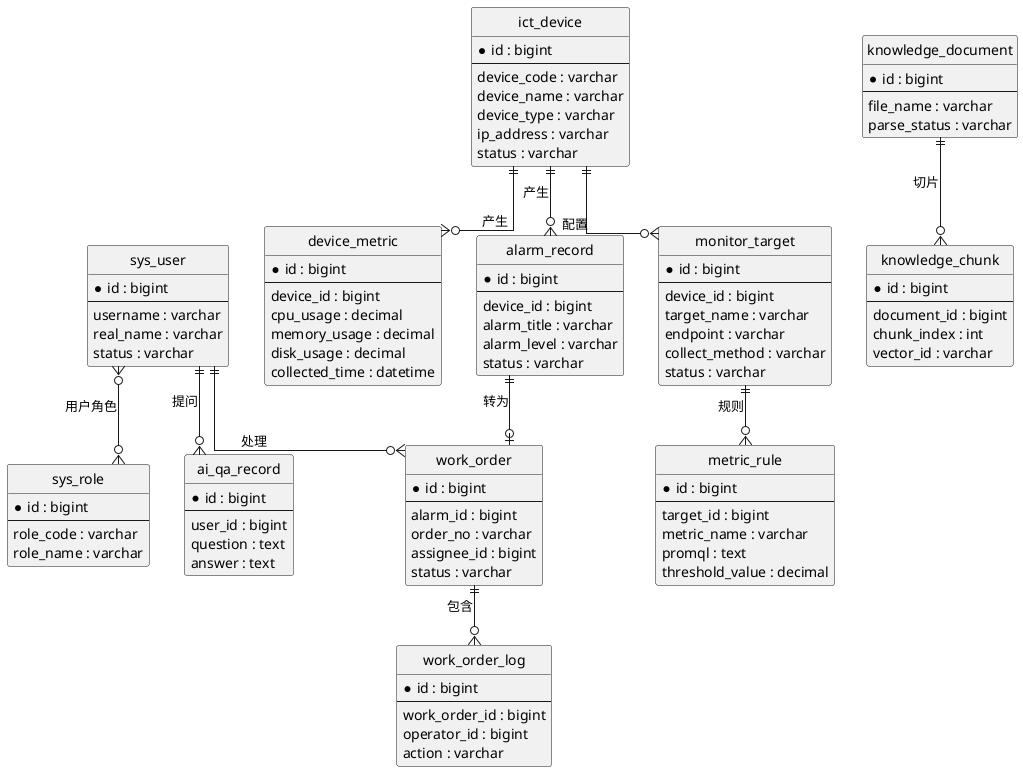
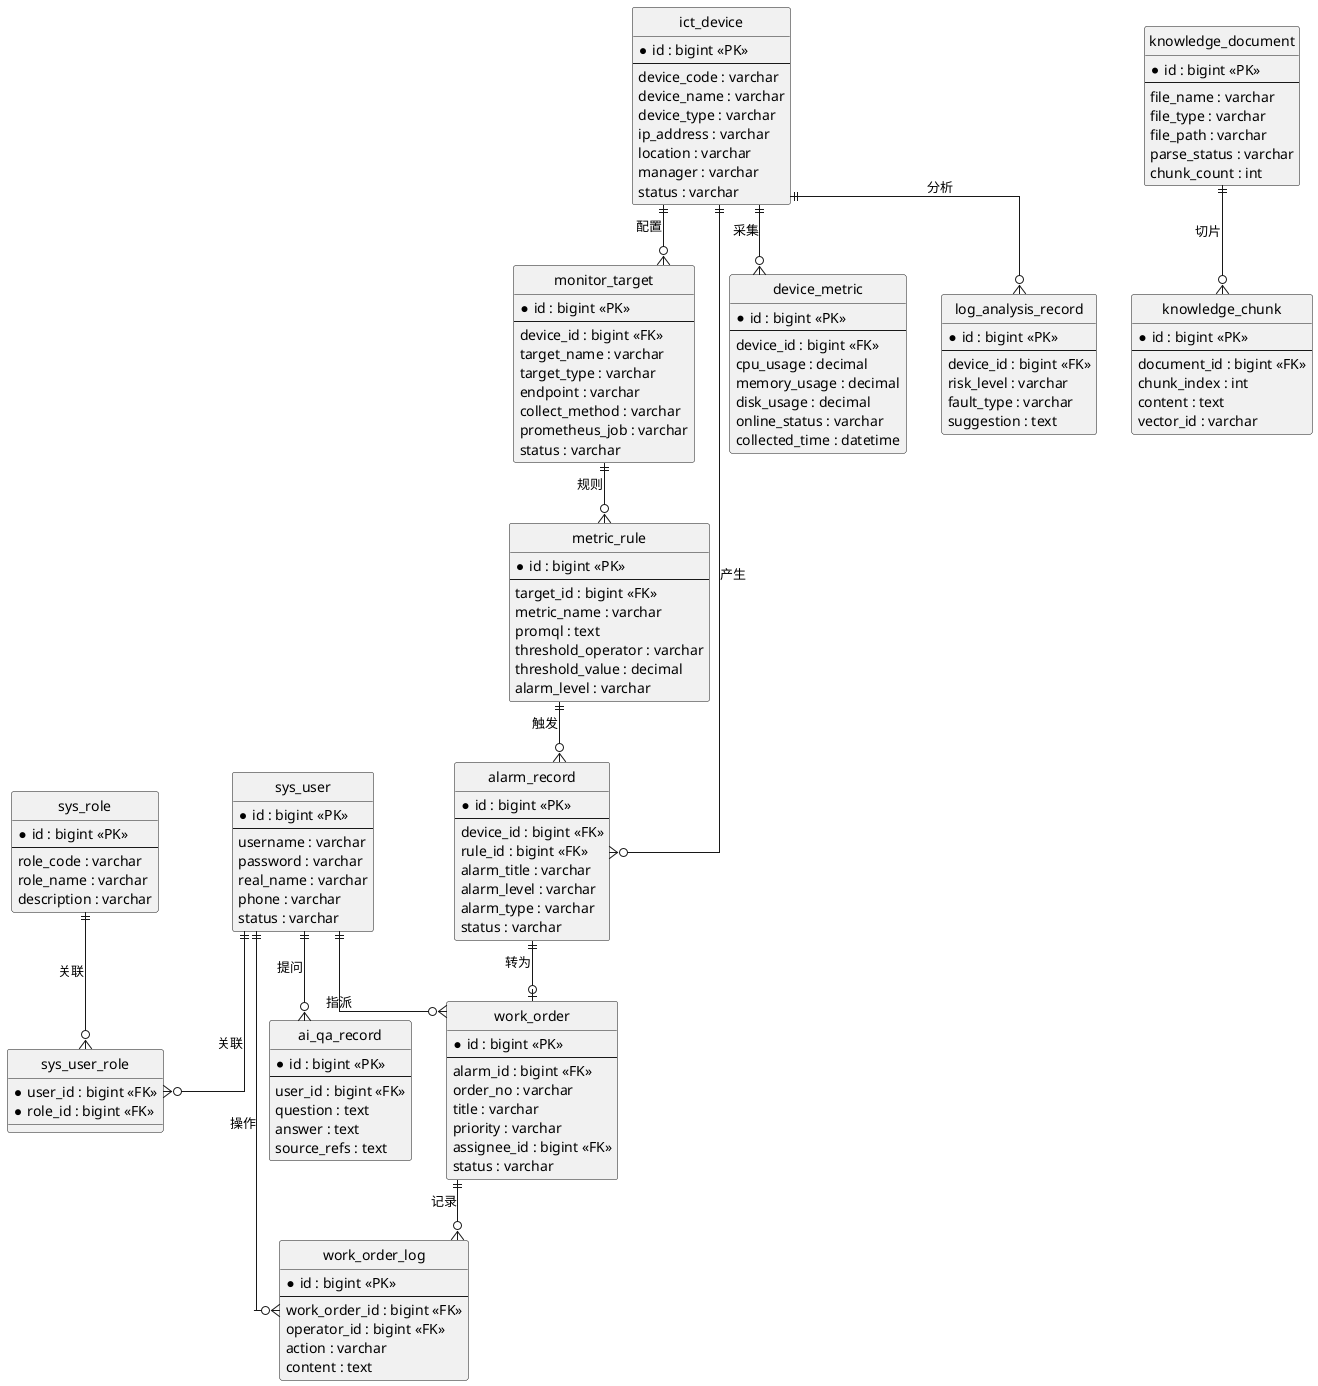
@startuml
hide circle
skinparam linetype ortho

entity "sys_user" as user {
-   * id : bigint
+   * id : bigint <<PK>>
  --
  username : varchar
+   password : varchar
  real_name : varchar
+   phone : varchar
  status : varchar
}

entity "sys_role" as role {
-   * id : bigint
+   * id : bigint <<PK>>
  --
  role_code : varchar
  role_name : varchar
+   description : varchar
+ }
+ 
+ entity "sys_user_role" as user_role {
+   * user_id : bigint <<FK>>
+   * role_id : bigint <<FK>>
}

entity "ict_device" as device {
-   * id : bigint
+   * id : bigint <<PK>>
  --
  device_code : varchar
  device_name : varchar
  device_type : varchar
  ip_address : varchar
+   location : varchar
+   manager : varchar
  status : varchar
}

entity "monitor_target" as target {
-   * id : bigint
+   * id : bigint <<PK>>
  --
-   device_id : bigint
+   device_id : bigint <<FK>>
  target_name : varchar
+   target_type : varchar
  endpoint : varchar
  collect_method : varchar
+   prometheus_job : varchar
  status : varchar
}

entity "metric_rule" as rule {
-   * id : bigint
+   * id : bigint <<PK>>
  --
-   target_id : bigint
+   target_id : bigint <<FK>>
  metric_name : varchar
  promql : text
+   threshold_operator : varchar
  threshold_value : decimal
+   alarm_level : varchar
}

entity "device_metric" as metric {
-   * id : bigint
+   * id : bigint <<PK>>
  --
-   device_id : bigint
+   device_id : bigint <<FK>>
  cpu_usage : decimal
  memory_usage : decimal
  disk_usage : decimal
+   online_status : varchar
  collected_time : datetime
}

entity "alarm_record" as alarm {
-   * id : bigint
+   * id : bigint <<PK>>
  --
-   device_id : bigint
+   device_id : bigint <<FK>>
+   rule_id : bigint <<FK>>
  alarm_title : varchar
  alarm_level : varchar
+   alarm_type : varchar
  status : varchar
}

entity "work_order" as ticket {
-   * id : bigint
+   * id : bigint <<PK>>
  --
-   alarm_id : bigint
+   alarm_id : bigint <<FK>>
  order_no : varchar
-   assignee_id : bigint
+   title : varchar
+   priority : varchar
+   assignee_id : bigint <<FK>>
  status : varchar
}

entity "work_order_log" as ticket_log {
-   * id : bigint
+   * id : bigint <<PK>>
  --
-   work_order_id : bigint
-   operator_id : bigint
+   work_order_id : bigint <<FK>>
+   operator_id : bigint <<FK>>
  action : varchar
+   content : text
+ }
+ 
+ entity "log_analysis_record" as log_record {
+   * id : bigint <<PK>>
+   --
+   device_id : bigint <<FK>>
+   risk_level : varchar
+   fault_type : varchar
+   suggestion : text
}

entity "knowledge_document" as doc {
-   * id : bigint
+   * id : bigint <<PK>>
  --
  file_name : varchar
+   file_type : varchar
+   file_path : varchar
  parse_status : varchar
+   chunk_count : int
}

entity "knowledge_chunk" as chunk {
-   * id : bigint
+   * id : bigint <<PK>>
  --
-   document_id : bigint
+   document_id : bigint <<FK>>
  chunk_index : int
+   content : text
  vector_id : varchar
}

entity "ai_qa_record" as qa {
-   * id : bigint
+   * id : bigint <<PK>>
  --
-   user_id : bigint
+   user_id : bigint <<FK>>
  question : text
  answer : text
+   source_refs : text
}

- user }o--o{ role : 用户角色
+ user ||--o{ user_role : 关联
+ role ||--o{ user_role : 关联
device ||--o{ target : 配置
target ||--o{ rule : 规则
- device ||--o{ metric : 产生
+ device ||--o{ metric : 采集
device ||--o{ alarm : 产生
+ rule ||--o{ alarm : 触发
alarm ||--o| ticket : 转为
- ticket ||--o{ ticket_log : 包含
- user ||--o{ ticket : 处理
+ user ||--o{ ticket : 指派
+ ticket ||--o{ ticket_log : 记录
+ user ||--o{ ticket_log : 操作
+ device ||--o{ log_record : 分析
doc ||--o{ chunk : 切片
user ||--o{ qa : 提问
@enduml
